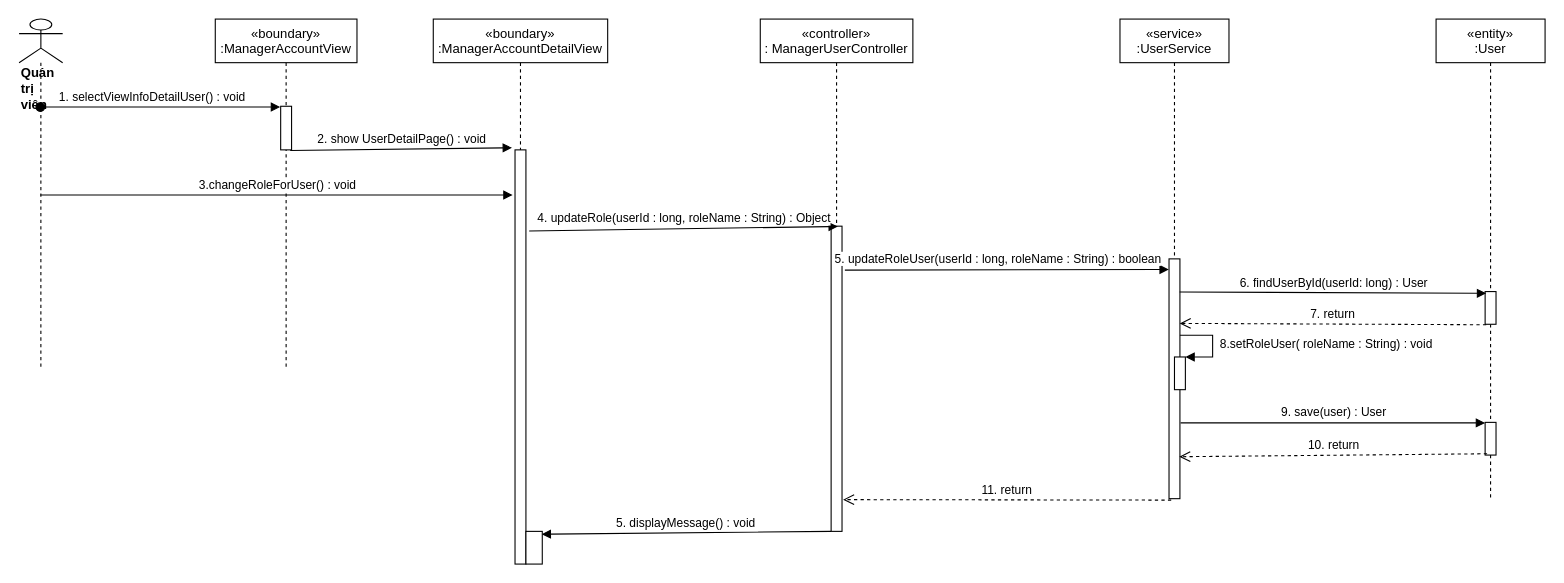
nguyenphamvan/datn_20202 keeps this draw.io diagram as sequence diagram/view-setRoleUser-manager-sequence.drawio. Above is the earlier version. Source tidied: cells renumbered, new cells numbered last; positions are measured from the earlier drawing's top-left corner, leaving out a move shared by most shapes. Both pictures are drawn from the tidied source at 109%, with x=0, y=0 at pixel (19, 19).
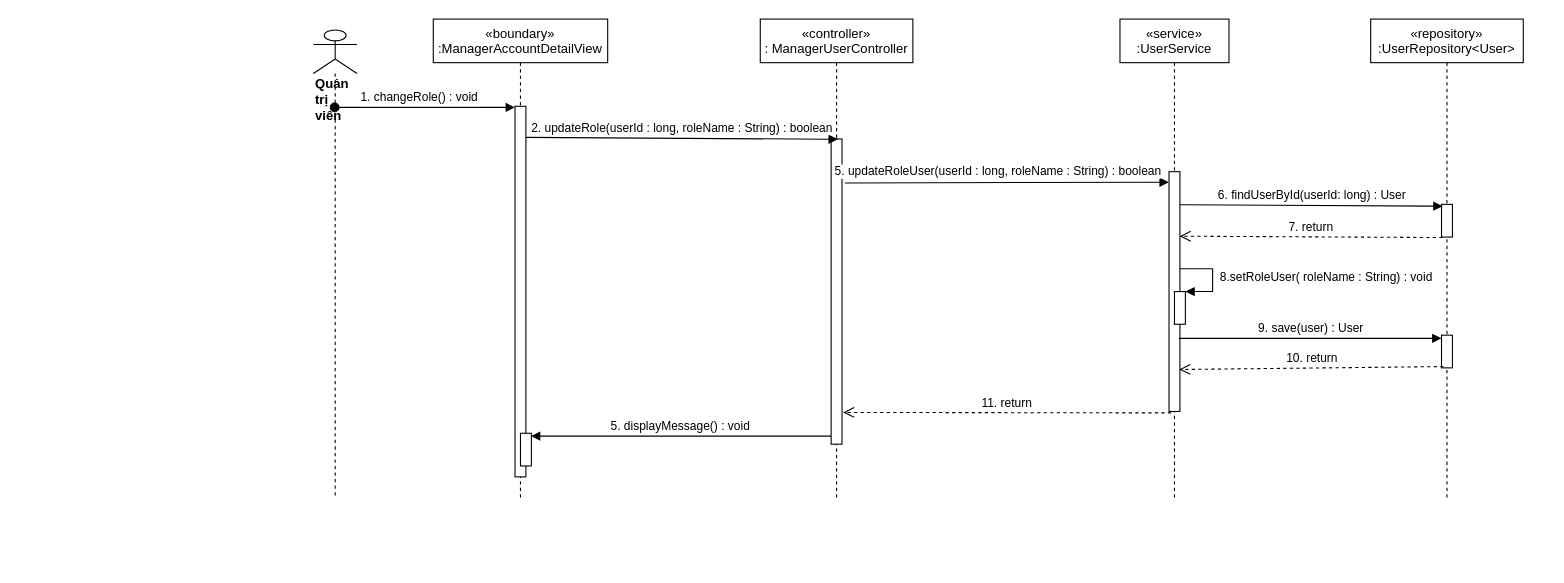
After the change.

The change refers to these unchanged cells:
```xml
<mxCell id="8" value="«service»&#10;:UserService" style="shape=umlLifeline;perimeter=lifelinePerimeter;rounded=0;shadow=0;strokeWidth=1;" parent="1" vertex="1">
  <mxGeometry x="1010" width="100" height="440" as="geometry" />
</mxCell>
```

Diff of the diagram source:
```diff
@@
-    <mxCell id="2" value="«boundary»&#10;:ManagerAccountView" style="shape=umlLifeline;perimeter=lifelinePerimeter;rounded=0;shadow=0;strokeWidth=1;" parent="1" vertex="1">
-      <mxGeometry x="180" width="130" height="320" as="geometry" />
-    </mxCell>
-    <mxCell id="3" style="points=[];perimeter=orthogonalPerimeter;rounded=0;shadow=0;strokeWidth=1;" parent="2" vertex="1">
-      <mxGeometry x="60" y="80" width="10" height="40" as="geometry" />
-    </mxCell>
     <mxCell id="4" value="«controller»&#10;: ManagerUserController" style="shape=umlLifeline;perimeter=lifelinePerimeter;rounded=0;shadow=0;strokeWidth=1;" parent="1" vertex="1">
-      <mxGeometry x="680" width="140" height="470" as="geometry" />
+      <mxGeometry x="680" width="140" height="440" as="geometry" />
     </mxCell>
     <mxCell id="5" style="points=[];perimeter=orthogonalPerimeter;rounded=0;shadow=0;strokeWidth=1;" parent="4" vertex="1">
-      <mxGeometry x="65" y="190" width="10" height="280" as="geometry" />
+      <mxGeometry x="65" y="110" width="10" height="280" as="geometry" />
     </mxCell>
     <mxCell id="6" value="&lt;div&gt;&lt;b&gt;Quản trị viên&lt;/b&gt;&lt;/div&gt;" style="shape=umlLifeline;participant=umlActor;perimeter=lifelinePerimeter;whiteSpace=wrap;html=1;verticalAlign=top;spacingTop=36;outlineConnect=0;align=left;size=40;" parent="1" vertex="1">
-      <mxGeometry width="40" height="320" as="geometry" />
+      <mxGeometry x="270" y="10" width="40" height="430" as="geometry" />
     </mxCell>
-    <mxCell id="7" value="1. selectViewInfoDetailUser() : void" style="verticalAlign=bottom;startArrow=oval;endArrow=block;startSize=8;shadow=0;strokeWidth=1;entryX=-0.05;entryY=0.018;entryDx=0;entryDy=0;entryPerimeter=0;" parent="1" edge="1" source="6" target="3">
+    <mxCell id="7" value="1. changeRole() : void" style="verticalAlign=bottom;startArrow=oval;endArrow=block;startSize=8;shadow=0;strokeWidth=1;entryX=0;entryY=0.003;entryDx=0;entryDy=0;entryPerimeter=0;" parent="1" edge="1" source="6" target="21">
       <mxGeometry x="-0.06" relative="1" as="geometry" />
     </mxCell>
@@
     <mxCell id="9" style="points=[];perimeter=orthogonalPerimeter;rounded=0;shadow=0;strokeWidth=1;" parent="8" vertex="1">
-      <mxGeometry x="45" y="220" width="10" height="220" as="geometry" />
+      <mxGeometry x="45" y="140" width="10" height="220" as="geometry" />
     </mxCell>
-    <mxCell id="10" value="4. updateRole(userId : long, roleName : String) : Object" style="html=1;verticalAlign=bottom;endArrow=block;entryX=0.617;entryY=0.001;entryDx=0;entryDy=0;entryPerimeter=0;exitX=1.3;exitY=0.196;exitDx=0;exitDy=0;exitPerimeter=0;" parent="1" edge="1" source="21" target="5">
+    <mxCell id="10" value="2. updateRole(userId : long, roleName : String) : boolean" style="html=1;verticalAlign=bottom;endArrow=block;entryX=0.617;entryY=0.001;entryDx=0;entryDy=0;entryPerimeter=0;exitX=1;exitY=0.084;exitDx=0;exitDy=0;exitPerimeter=0;" parent="1" edge="1" source="21" target="5">
       <mxGeometry relative="1" as="geometry" />
     </mxCell>
@@
-    <mxCell id="15" value="«entity»&#10;:User" style="shape=umlLifeline;perimeter=lifelinePerimeter;rounded=0;shadow=0;strokeWidth=1;" parent="1" vertex="1">
-      <mxGeometry x="1300" width="100" height="440" as="geometry" />
+    <mxCell id="15" value="«repository»&#10;:UserRepository&lt;User&gt;" style="shape=umlLifeline;perimeter=lifelinePerimeter;rounded=0;shadow=0;strokeWidth=1;" parent="1" vertex="1">
+      <mxGeometry x="1240" width="140" height="440" as="geometry" />
     </mxCell>
     <mxCell id="16" style="points=[];perimeter=orthogonalPerimeter;rounded=0;shadow=0;strokeWidth=1;" parent="15" vertex="1">
-      <mxGeometry x="45" y="250" width="10" height="30" as="geometry" />
+      <mxGeometry x="65" y="170" width="10" height="30" as="geometry" />
     </mxCell>
     <mxCell id="17" style="html=1;points=[];perimeter=orthogonalPerimeter;" parent="15" vertex="1">
-      <mxGeometry x="45" y="370" width="10" height="30" as="geometry" />
+      <mxGeometry x="65" y="290" width="10" height="30" as="geometry" />
     </mxCell>
@@
     <mxCell id="20" value="«boundary»&#10;:ManagerAccountDetailView" style="shape=umlLifeline;perimeter=lifelinePerimeter;rounded=0;shadow=0;strokeWidth=1;" parent="1" vertex="1">
-      <mxGeometry x="380" width="160" height="500" as="geometry" />
+      <mxGeometry x="380" width="160" height="440" as="geometry" />
     </mxCell>
     <mxCell id="21" style="points=[];perimeter=orthogonalPerimeter;rounded=0;shadow=0;strokeWidth=1;" parent="20" vertex="1">
-      <mxGeometry x="75" y="120" width="10" height="380" as="geometry" />
+      <mxGeometry x="75" y="80" width="10" height="340" as="geometry" />
     </mxCell>
     <mxCell id="22" style="html=1;points=[];perimeter=orthogonalPerimeter;" parent="20" vertex="1">
-      <mxGeometry x="85" y="470" width="15" height="30" as="geometry" />
+      <mxGeometry x="80" y="380" width="10" height="30" as="geometry" />
     </mxCell>
-    <mxCell id="23" value="2. show UserDetailPage() : void" style="html=1;verticalAlign=bottom;endArrow=block;exitX=0.88;exitY=1.015;exitDx=0;exitDy=0;exitPerimeter=0;entryX=-0.28;entryY=-0.005;entryDx=0;entryDy=0;entryPerimeter=0;" parent="1" edge="1" source="3" target="21">
-      <mxGeometry relative="1" as="geometry" />
-    </mxCell>
-    <mxCell id="24" value="3.changeRoleForUser() : void" style="html=1;verticalAlign=bottom;endArrow=block;entryX=-0.22;entryY=0.109;entryDx=0;entryDy=0;entryPerimeter=0;" parent="1" edge="1" source="6" target="21">
-      <mxGeometry relative="1" as="geometry" />
-    </mxCell>
-    <mxCell id="25" value="9. save(user) : User" style="html=1;verticalAlign=bottom;endArrow=block;exitX=1.06;exitY=0.684;exitDx=0;exitDy=0;exitPerimeter=0;" parent="1" edge="1" source="9" target="17">
+    <mxCell id="25" value="9. save(user) : User" style="html=1;verticalAlign=bottom;endArrow=block;exitX=0.9;exitY=0.695;exitDx=0;exitDy=0;exitPerimeter=0;" parent="1" edge="1" source="9" target="17">
       <mxGeometry relative="1" as="geometry" />
     </mxCell>
@@
     <mxCell id="27" style="html=1;points=[];perimeter=orthogonalPerimeter;" parent="1" vertex="1">
-      <mxGeometry x="1060" y="310" width="10" height="30" as="geometry" />
+      <mxGeometry x="1060" y="250" width="10" height="30" as="geometry" />
     </mxCell>
-    <mxCell id="28" value="&amp;nbsp;8.setRoleUser( roleName : String) : void" style="edgeStyle=orthogonalEdgeStyle;html=1;align=left;spacingLeft=2;endArrow=block;rounded=0;entryX=1;entryY=0;" parent="1" edge="1" target="27">
+    <mxCell id="28" value="&amp;nbsp;8.setRoleUser( roleName : String) : void" style="edgeStyle=orthogonalEdgeStyle;html=1;align=left;spacingLeft=2;endArrow=block;rounded=0;entryX=1;entryY=0;exitX=1;exitY=0.405;exitDx=0;exitDy=0;exitPerimeter=0;" parent="1" edge="1" source="9" target="27">
       <mxGeometry relative="1" as="geometry">
-        <mxPoint x="1065" y="290" as="sourcePoint" />
         <Array as="points">
-          <mxPoint x="1095" y="290" />
+          <mxPoint x="1095" y="229" />
+          <mxPoint x="1095" y="250" />
         </Array>
       </mxGeometry>
     </mxCell>
```
